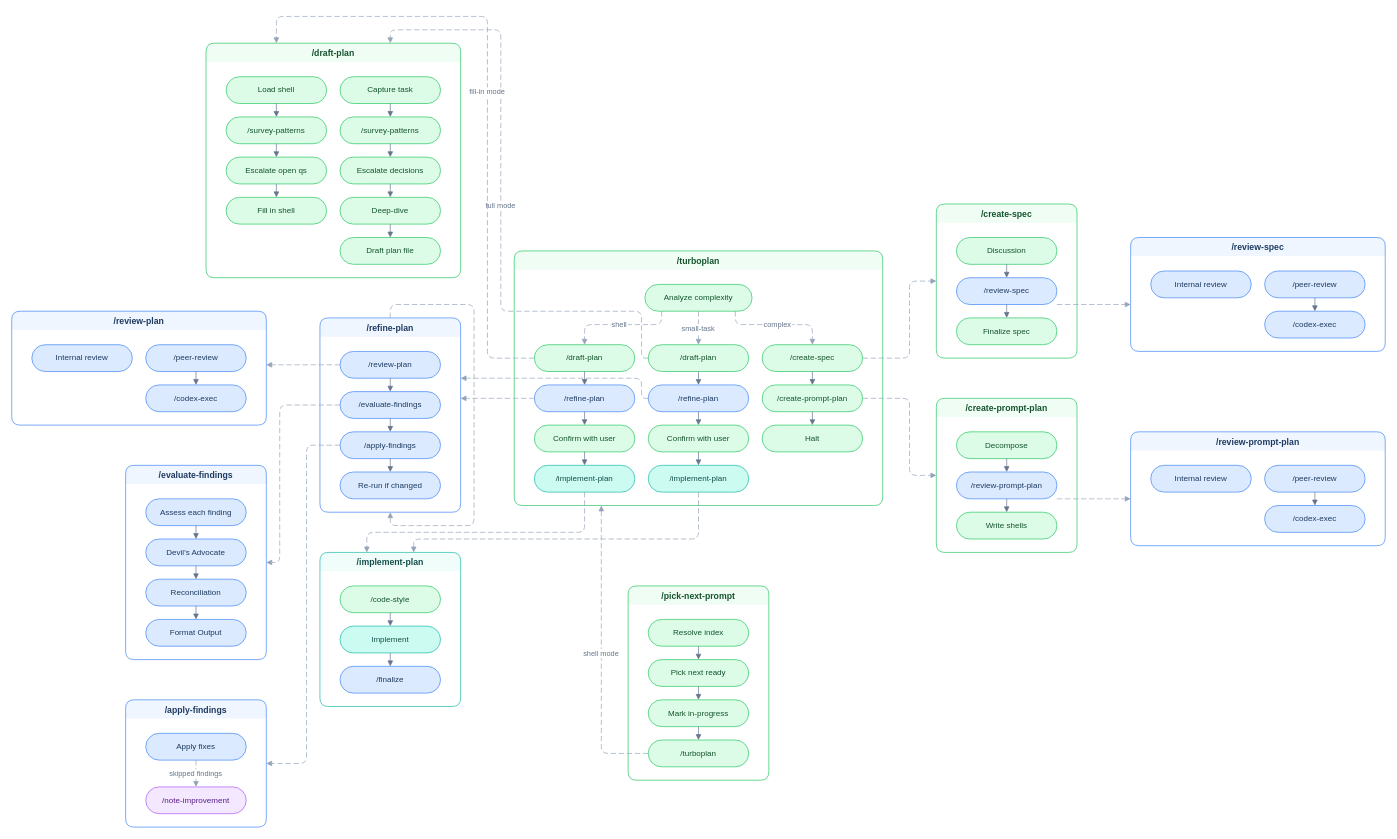
Earlier version of the draw.io diagram assets/how-turboplan-connects.drawio (tobihagemann/turbo). Source tidied: cells renumbered, new cells numbered last; positions are measured from the earlier drawing's top-left corner, leaving out a move shared by most shapes. Both pictures are drawn from the tidied source at 67%, with x=0, y=0 at pixel (11, 16).
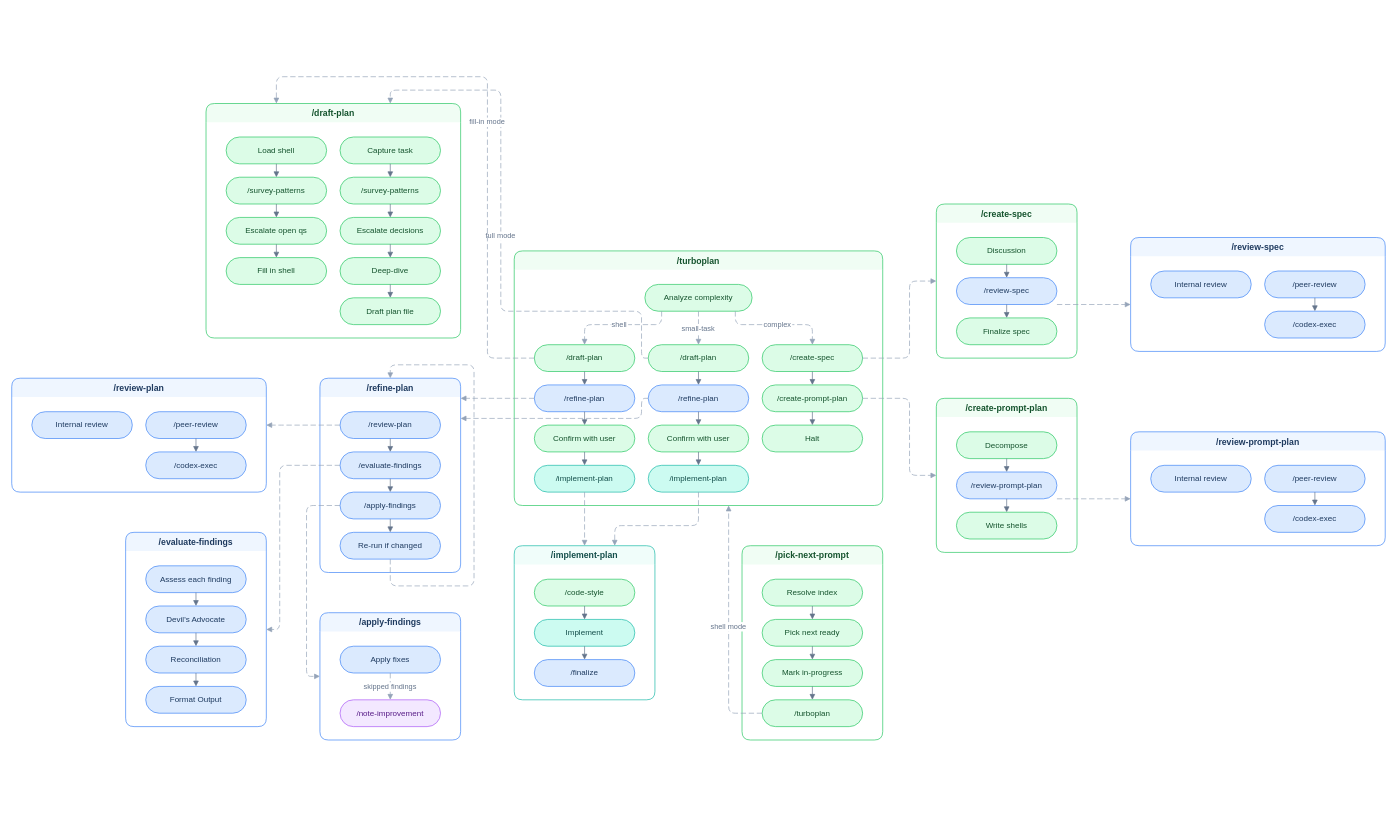
The same diagram, later.

Commit message (it also covers changes not shown here):
Rework how-turboplan-connects layout

Unchanged cells that the change refers to:
```xml
<mxCell id="2" value="/turboplan" style="swimlane;startSize=28;rounded=1;fillColor=#f0fdf4;strokeColor=#22c55e;fontColor=#14532d;fontStyle=1;fontSize=13;swimlaneLine=0;" parent="1" vertex="1">
  <mxGeometry x="750" y="350" width="550" height="380" as="geometry" />
</mxCell>
<mxCell id="4" value="/draft-plan" style="rounded=1;whiteSpace=wrap;html=1;arcSize=50;fillColor=#dcfce7;strokeColor=#22c55e;fontColor=#14532d;fontSize=12;" parent="2" vertex="1">
  <mxGeometry x="30" y="140" width="150" height="40" as="geometry" />
</mxCell>
<mxCell id="7" value="/implement-plan" style="rounded=1;whiteSpace=wrap;html=1;arcSize=50;fillColor=#ccfbf1;strokeColor=#14b8a6;fontColor=#134e4a;fontSize=12;" parent="2" vertex="1">
  <mxGeometry x="30" y="320" width="150" height="40" as="geometry" />
</mxCell>
<mxCell id="8" value="/draft-plan" style="rounded=1;whiteSpace=wrap;html=1;arcSize=50;fillColor=#dcfce7;strokeColor=#22c55e;fontColor=#14532d;fontSize=12;" parent="2" vertex="1">
  <mxGeometry x="200" y="140" width="150" height="40" as="geometry" />
</mxCell>
<mxCell id="9" value="/refine-plan" style="rounded=1;whiteSpace=wrap;html=1;arcSize=50;fillColor=#dbeafe;strokeColor=#3b82f6;fontColor=#1e3a5f;fontSize=12;" parent="2" vertex="1">
  <mxGeometry x="200" y="200" width="150" height="40" as="geometry" />
</mxCell>
<mxCell id="11" value="/implement-plan" style="rounded=1;whiteSpace=wrap;html=1;arcSize=50;fillColor=#ccfbf1;strokeColor=#14b8a6;fontColor=#134e4a;fontSize=12;" parent="2" vertex="1">
  <mxGeometry x="200" y="320" width="150" height="40" as="geometry" />
</mxCell>
<mxCell id="44" value="/review-plan" style="rounded=1;whiteSpace=wrap;html=1;arcSize=50;fillColor=#dbeafe;strokeColor=#3b82f6;fontColor=#1e3a5f;fontSize=12;" parent="43" vertex="1">
  <mxGeometry x="30" y="50" width="150" height="40" as="geometry" />
</mxCell>
<mxCell id="45" value="/evaluate-findings" style="rounded=1;whiteSpace=wrap;html=1;arcSize=50;fillColor=#dbeafe;strokeColor=#3b82f6;fontColor=#1e3a5f;fontSize=12;" parent="43" vertex="1">
  <mxGeometry x="30" y="110" width="150" height="40" as="geometry" />
</mxCell>
<mxCell id="46" value="/apply-findings" style="rounded=1;whiteSpace=wrap;html=1;arcSize=50;fillColor=#dbeafe;strokeColor=#3b82f6;fontColor=#1e3a5f;fontSize=12;" parent="43" vertex="1">
  <mxGeometry x="30" y="170" width="150" height="40" as="geometry" />
</mxCell>
<mxCell id="47" value="Re-run if changed" style="rounded=1;whiteSpace=wrap;html=1;arcSize=50;fillColor=#dbeafe;strokeColor=#3b82f6;fontColor=#1e3a5f;fontSize=12;" parent="43" vertex="1">
  <mxGeometry x="30" y="230" width="150" height="40" as="geometry" />
</mxCell>
<mxCell id="100" value="/turboplan" style="rounded=1;whiteSpace=wrap;html=1;arcSize=50;fillColor=#dcfce7;strokeColor=#22c55e;fontColor=#14532d;fontSize=12;" parent="96" vertex="1">
  <mxGeometry x="30" y="230" width="150" height="40" as="geometry" />
</mxCell>
```

Change to the diagram source:
```diff
@@
     <mxCell id="26" value="/draft-plan" style="swimlane;startSize=28;rounded=1;fillColor=#f0fdf4;strokeColor=#22c55e;fontColor=#14532d;fontStyle=1;fontSize=13;swimlaneLine=0;" parent="1" vertex="1">
-      <mxGeometry x="290" y="40" width="380" height="350" as="geometry" />
+      <mxGeometry x="290" y="130" width="380" height="350" as="geometry" />
     </mxCell>
@@
     <mxCell id="43" value="/refine-plan" style="swimlane;startSize=28;rounded=1;fillColor=#eff6ff;strokeColor=#3b82f6;fontColor=#1e3a5f;fontStyle=1;fontSize=13;swimlaneLine=0;" parent="1" vertex="1">
-      <mxGeometry x="460" y="450" width="210" height="290" as="geometry" />
+      <mxGeometry x="460" y="540" width="210" height="290" as="geometry" />
     </mxCell>
@@
+    <mxCell id="116" style="dashed=1;dashPattern=8 4;endArrow=block;endFill=1;rounded=1;edgeStyle=orthogonalEdgeStyle;strokeColor=#94a3b8;fontSize=11;fontColor=#64748b;" parent="43" edge="1" source="47" target="43">
+      <mxGeometry relative="1" as="geometry">
+        <Array as="points">
+          <mxPoint x="105" y="310" />
+          <mxPoint x="230" y="310" />
+          <mxPoint x="230" y="-20" />
+          <mxPoint x="105" y="-20" />
+        </Array>
+      </mxGeometry>
+    </mxCell>
     <mxCell id="51" value="/implement-plan" style="swimlane;startSize=28;rounded=1;fillColor=#f0fdfa;strokeColor=#14b8a6;fontColor=#134e4a;fontStyle=1;fontSize=13;swimlaneLine=0;" parent="1" vertex="1">
-      <mxGeometry x="460" y="800" width="210" height="230" as="geometry" />
+      <mxGeometry x="750" y="790" width="210" height="230" as="geometry" />
     </mxCell>
@@
     <mxCell id="57" value="/review-plan" style="swimlane;startSize=28;rounded=1;fillColor=#eff6ff;strokeColor=#3b82f6;fontColor=#1e3a5f;fontStyle=1;fontSize=13;swimlaneLine=0;" parent="1" vertex="1">
-      <mxGeometry y="440" width="380" height="170" as="geometry" />
+      <mxGeometry y="540" width="380" height="170" as="geometry" />
     </mxCell>
@@
     <mxCell id="72" value="/evaluate-findings" style="swimlane;startSize=28;rounded=1;fillColor=#eff6ff;strokeColor=#3b82f6;fontColor=#1e3a5f;fontStyle=1;fontSize=13;swimlaneLine=0;" parent="1" vertex="1">
-      <mxGeometry x="170" y="670" width="210" height="290" as="geometry" />
+      <mxGeometry x="170" y="770" width="210" height="290" as="geometry" />
     </mxCell>
@@
     <mxCell id="80" value="/apply-findings" style="swimlane;startSize=28;rounded=1;fillColor=#eff6ff;strokeColor=#3b82f6;fontColor=#1e3a5f;fontStyle=1;fontSize=13;swimlaneLine=0;" parent="1" vertex="1">
-      <mxGeometry x="170" y="1020" width="210" height="190" as="geometry" />
+      <mxGeometry x="460" y="890" width="210" height="190" as="geometry" />
     </mxCell>
@@
     <mxCell id="96" value="/pick-next-prompt" style="swimlane;startSize=28;rounded=1;fillColor=#f0fdf4;strokeColor=#22c55e;fontColor=#14532d;fontStyle=1;fontSize=13;swimlaneLine=0;" parent="1" vertex="1">
-      <mxGeometry x="920" y="850" width="210" height="290" as="geometry" />
+      <mxGeometry x="1090" y="790" width="210" height="290" as="geometry" />
     </mxCell>
@@
     <mxCell id="104" value="full mode" style="dashed=1;dashPattern=8 4;endArrow=block;endFill=1;rounded=1;edgeStyle=orthogonalEdgeStyle;strokeColor=#94a3b8;fontSize=11;fontColor=#64748b;" parent="1" edge="1" source="8" target="26">
       <mxGeometry relative="1" as="geometry">
         <Array as="points">
           <mxPoint x="940" y="510" />
           <mxPoint x="940" y="440" />
           <mxPoint x="730" y="440" />
-          <mxPoint x="730" y="20" />
-          <mxPoint x="565" y="20" />
+          <mxPoint x="730" y="110" />
+          <mxPoint x="565" y="110" />
         </Array>
       </mxGeometry>
     </mxCell>
     <mxCell id="105" value="fill-in mode" style="dashed=1;dashPattern=8 4;endArrow=block;endFill=1;rounded=1;edgeStyle=orthogonalEdgeStyle;strokeColor=#94a3b8;fontSize=11;fontColor=#64748b;" parent="1" edge="1" source="4" target="26">
       <mxGeometry relative="1" as="geometry">
         <Array as="points">
           <mxPoint x="710" y="510" />
-          <mxPoint x="710" />
-          <mxPoint x="395" />
+          <mxPoint x="710" y="90" />
+          <mxPoint x="395" y="90" />
         </Array>
       </mxGeometry>
     </mxCell>
     <mxCell id="106" style="dashed=1;dashPattern=8 4;endArrow=block;endFill=1;rounded=1;edgeStyle=orthogonalEdgeStyle;strokeColor=#94a3b8;fontSize=11;fontColor=#64748b;" parent="1" edge="1" source="9" target="43">
       <mxGeometry relative="1" as="geometry">
         <Array as="points">
           <mxPoint x="940" y="570" />
-          <mxPoint x="940" y="540" />
+          <mxPoint x="940" y="600" />
         </Array>
       </mxGeometry>
     </mxCell>
     <mxCell id="107" style="dashed=1;dashPattern=8 4;endArrow=block;endFill=1;rounded=1;edgeStyle=orthogonalEdgeStyle;strokeColor=#94a3b8;fontSize=11;fontColor=#64748b;" parent="1" edge="1" source="11" target="51">
       <mxGeometry relative="1" as="geometry">
         <Array as="points">
-          <mxPoint x="1025" y="780" />
-          <mxPoint x="600" y="780" />
+          <mxPoint x="1025" y="760" />
+          <mxPoint x="900" y="760" />
         </Array>
       </mxGeometry>
     </mxCell>
@@
     <mxCell id="110" value="shell mode" style="dashed=1;dashPattern=8 4;endArrow=block;endFill=1;rounded=1;edgeStyle=orthogonalEdgeStyle;strokeColor=#94a3b8;fontSize=11;fontColor=#64748b;" parent="1" edge="1" source="100" target="2">
       <mxGeometry relative="1" as="geometry">
         <Array as="points">
-          <mxPoint x="880" y="1100" />
+          <mxPoint x="1070" y="1040" />
         </Array>
       </mxGeometry>
     </mxCell>
     <mxCell id="111" style="dashed=1;dashPattern=8 4;endArrow=block;endFill=1;rounded=1;edgeStyle=orthogonalEdgeStyle;strokeColor=#94a3b8;fontSize=11;fontColor=#64748b;" parent="1" edge="1" source="44" target="57">
       <mxGeometry relative="1" as="geometry">
         <Array as="points">
-          <mxPoint x="410" y="520" />
-          <mxPoint x="410" y="520" />
+          <mxPoint x="410" y="610" />
+          <mxPoint x="410" y="610" />
         </Array>
       </mxGeometry>
     </mxCell>
     <mxCell id="112" style="dashed=1;dashPattern=8 4;endArrow=block;endFill=1;rounded=1;edgeStyle=orthogonalEdgeStyle;strokeColor=#94a3b8;fontSize=11;fontColor=#64748b;" parent="1" edge="1" source="45" target="72">
       <mxGeometry relative="1" as="geometry">
         <Array as="points">
-          <mxPoint x="400" y="580" />
-          <mxPoint x="400" y="815" />
+          <mxPoint x="400" y="670" />
+          <mxPoint x="400" y="915" />
         </Array>
       </mxGeometry>
     </mxCell>
     <mxCell id="113" style="dashed=1;dashPattern=8 4;endArrow=block;endFill=1;rounded=1;edgeStyle=orthogonalEdgeStyle;strokeColor=#94a3b8;fontSize=11;fontColor=#64748b;" parent="1" edge="1" source="46" target="80">
       <mxGeometry relative="1" as="geometry">
         <Array as="points">
-          <mxPoint x="440" y="640" />
-          <mxPoint x="440" y="1115" />
+          <mxPoint x="440" y="730" />
+          <mxPoint x="440" y="985" />
         </Array>
       </mxGeometry>
     </mxCell>
@@
-    <mxCell id="116" style="dashed=1;dashPattern=8 4;endArrow=block;endFill=1;rounded=1;edgeStyle=orthogonalEdgeStyle;strokeColor=#94a3b8;fontSize=11;fontColor=#64748b;" parent="1" edge="1" source="43" target="43">
-      <mxGeometry relative="1" as="geometry">
-        <Array as="points">
-          <mxPoint x="565" y="430" />
-          <mxPoint x="690" y="430" />
-          <mxPoint x="690" y="760" />
-          <mxPoint x="565" y="760" />
-        </Array>
-      </mxGeometry>
-    </mxCell>
@@
     <mxCell id="118" style="dashed=1;dashPattern=8 4;endArrow=block;endFill=1;rounded=1;edgeStyle=orthogonalEdgeStyle;strokeColor=#94a3b8;fontSize=11;fontColor=#64748b;" parent="1" edge="1" source="7" target="51">
-      <mxGeometry relative="1" as="geometry">
-        <Array as="points">
-          <mxPoint x="855" y="770" />
-          <mxPoint x="530" y="770" />
-        </Array>
-      </mxGeometry>
+      <mxGeometry relative="1" as="geometry" />
     </mxCell>
```
